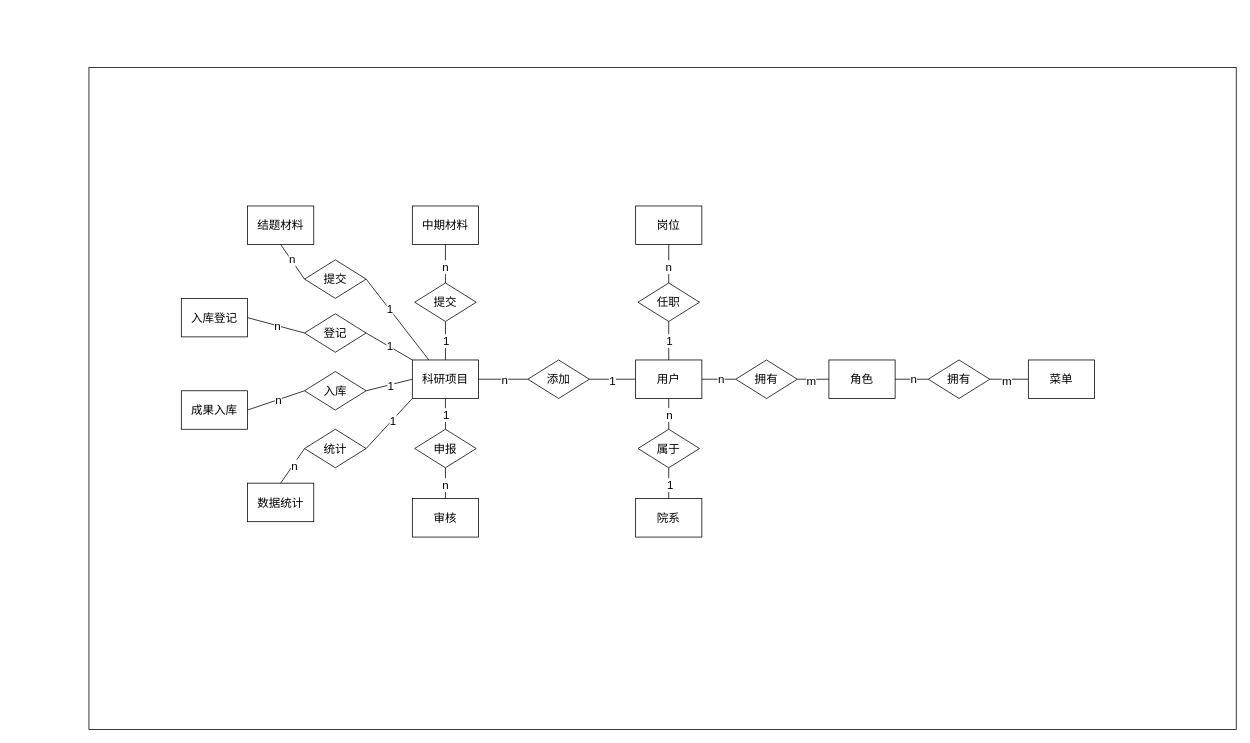
The draw.io diagram 未命名绘图.drawio in Greenker/springcloud-config, before the edit. Source tidied: cells renumbered, new cells numbered last; positions are measured from the earlier drawing's top-left corner, leaving out a move shared by most shapes. Both pictures are drawn from the tidied source at 77%, with x=0, y=0 at pixel (89, 67).
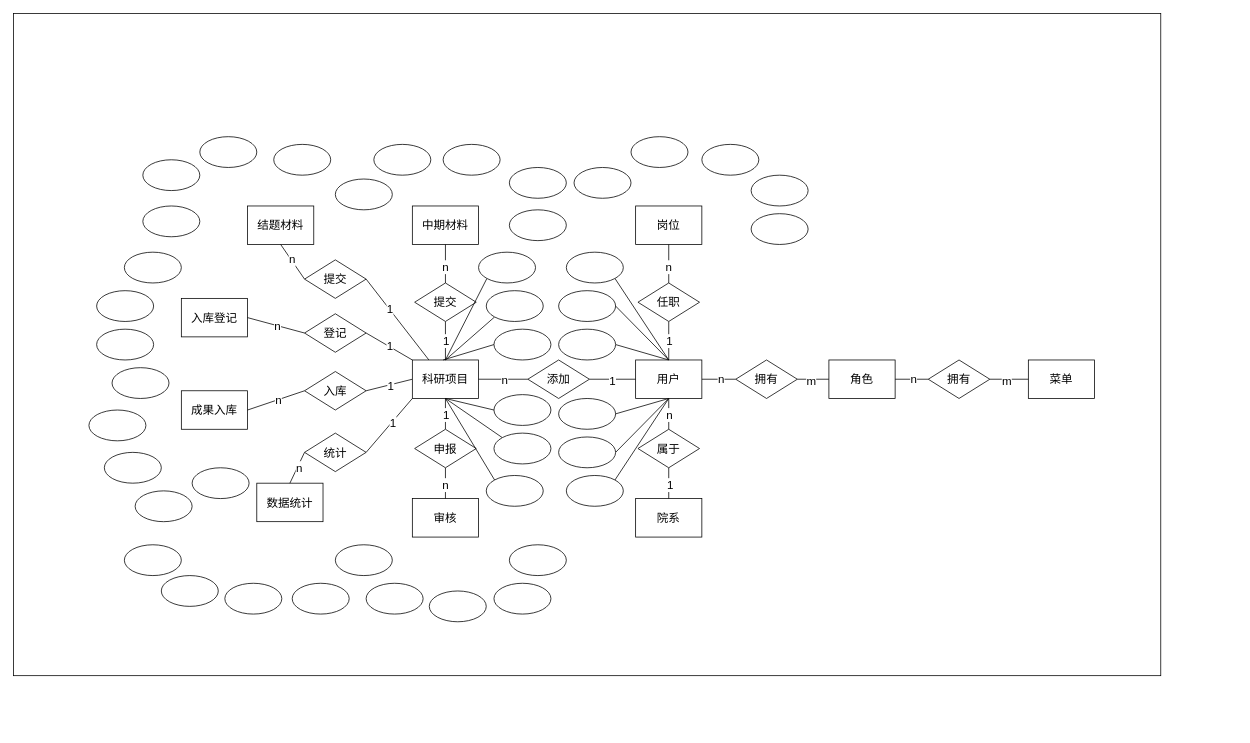
After the change.

Commit message:
更新未命名绘图.drawio

Unchanged cells that the change refers to:
```xml
<mxCell id="9" value="&lt;font style=&quot;font-size: 15px;&quot;&gt;用户&lt;/font&gt;" style="rounded=0;whiteSpace=wrap;html=1;" parent="1" vertex="1">
  <mxGeometry x="710" y="380" width="86" height="50" as="geometry" />
</mxCell>
<mxCell id="25" value="&lt;span style=&quot;font-size: 15px; font-weight: normal;&quot;&gt;科研项目&lt;/span&gt;" style="rounded=0;whiteSpace=wrap;html=1;fontStyle=1;" parent="1" vertex="1">
  <mxGeometry x="420" y="380" width="86" height="50" as="geometry" />
</mxCell>
```

What changed in the source:
```diff
@@
     <mxCell id="2" style="rounded=0;whiteSpace=wrap;html=1;" parent="1" vertex="1">
-      <mxGeometry width="1490" height="860" as="geometry" />
+      <mxGeometry x="-98" y="-70" width="1490" height="860" as="geometry" />
     </mxCell>
@@
     <mxCell id="28" value="&lt;font style=&quot;font-size: 15px;&quot;&gt;数据统计&lt;/font&gt;" style="rounded=0;whiteSpace=wrap;html=1;" parent="1" vertex="1">
-      <mxGeometry x="206" y="540" width="86" height="50" as="geometry" />
+      <mxGeometry x="218" y="540" width="86" height="50" as="geometry" />
     </mxCell>
@@
     <mxCell id="69" value="&lt;span style=&quot;font-size: 15px;&quot;&gt;统计&lt;/span&gt;" style="rhombus;whiteSpace=wrap;html=1;" parent="1" vertex="1">
-      <mxGeometry x="280" y="470" width="80" height="50" as="geometry" />
+      <mxGeometry x="280" y="475" width="80" height="50" as="geometry" />
     </mxCell>
+    <mxCell id="70" style="rounded=0;jettySize=auto;html=1;exitX=0;exitY=1;exitDx=0;exitDy=0;endArrow=none;endFill=0;entryX=0.5;entryY=0;entryDx=0;entryDy=0;" parent="1" edge="1" source="71" target="25">
+      <mxGeometry relative="1" as="geometry" />
+    </mxCell>
+    <mxCell id="71" style="ellipse;whiteSpace=wrap;html=1;" parent="1" vertex="1">
+      <mxGeometry x="506" y="240" width="74" height="40" as="geometry" />
+    </mxCell>
+    <mxCell id="72" style="rounded=0;jettySize=auto;html=1;exitX=0;exitY=1;exitDx=0;exitDy=0;entryX=0.5;entryY=0;entryDx=0;entryDy=0;endArrow=none;endFill=0;" parent="1" edge="1" source="73" target="25">
+      <mxGeometry relative="1" as="geometry" />
+    </mxCell>
+    <mxCell id="73" style="ellipse;whiteSpace=wrap;html=1;" parent="1" vertex="1">
+      <mxGeometry x="516" y="290" width="74" height="40" as="geometry" />
+    </mxCell>
+    <mxCell id="74" style="rounded=0;jettySize=auto;html=1;exitX=0;exitY=0.5;exitDx=0;exitDy=0;endArrow=none;endFill=0;" parent="1" edge="1" source="75">
+      <mxGeometry relative="1" as="geometry">
+        <mxPoint x="460" y="380" as="targetPoint" />
+      </mxGeometry>
+    </mxCell>
+    <mxCell id="75" style="ellipse;whiteSpace=wrap;html=1;" parent="1" vertex="1">
+      <mxGeometry x="526" y="340" width="74" height="40" as="geometry" />
+    </mxCell>
+    <mxCell id="76" style="rounded=0;jettySize=auto;html=1;exitX=0;exitY=0.5;exitDx=0;exitDy=0;entryX=0.5;entryY=1;entryDx=0;entryDy=0;endArrow=none;endFill=0;" parent="1" edge="1" source="77" target="25">
+      <mxGeometry relative="1" as="geometry" />
+    </mxCell>
+    <mxCell id="77" style="ellipse;whiteSpace=wrap;html=1;" parent="1" vertex="1">
+      <mxGeometry x="526" y="425" width="74" height="40" as="geometry" />
+    </mxCell>
+    <mxCell id="78" style="rounded=0;jettySize=auto;html=1;exitX=0;exitY=0;exitDx=0;exitDy=0;entryX=0.5;entryY=1;entryDx=0;entryDy=0;endArrow=none;endFill=0;" parent="1" edge="1" source="79" target="25">
+      <mxGeometry relative="1" as="geometry" />
+    </mxCell>
+    <mxCell id="79" style="ellipse;whiteSpace=wrap;html=1;" parent="1" vertex="1">
+      <mxGeometry x="526" y="475" width="74" height="40" as="geometry" />
+    </mxCell>
+    <mxCell id="80" style="rounded=0;jettySize=auto;html=1;exitX=0;exitY=0;exitDx=0;exitDy=0;entryX=0.5;entryY=1;entryDx=0;entryDy=0;endArrow=none;endFill=0;" parent="1" edge="1" source="81" target="25">
+      <mxGeometry relative="1" as="geometry" />
+    </mxCell>
+    <mxCell id="81" style="ellipse;whiteSpace=wrap;html=1;" parent="1" vertex="1">
+      <mxGeometry x="516" y="530" width="74" height="40" as="geometry" />
+    </mxCell>
+    <mxCell id="82" style="rounded=0;jettySize=auto;html=1;exitX=1;exitY=0.5;exitDx=0;exitDy=0;entryX=0.5;entryY=0;entryDx=0;entryDy=0;endArrow=none;endFill=0;" parent="1" edge="1" source="83" target="9">
+      <mxGeometry relative="1" as="geometry" />
+    </mxCell>
+    <mxCell id="83" style="ellipse;whiteSpace=wrap;html=1;" parent="1" vertex="1">
+      <mxGeometry x="610" y="340" width="74" height="40" as="geometry" />
+    </mxCell>
+    <mxCell id="84" style="rounded=0;jettySize=auto;html=1;exitX=1;exitY=0.5;exitDx=0;exitDy=0;entryX=0.5;entryY=0;entryDx=0;entryDy=0;endArrow=none;endFill=0;" parent="1" edge="1" source="85" target="9">
+      <mxGeometry relative="1" as="geometry" />
+    </mxCell>
+    <mxCell id="85" style="ellipse;whiteSpace=wrap;html=1;" parent="1" vertex="1">
+      <mxGeometry x="610" y="290" width="74" height="40" as="geometry" />
+    </mxCell>
+    <mxCell id="86" style="rounded=0;jettySize=auto;html=1;exitX=1;exitY=1;exitDx=0;exitDy=0;entryX=0.5;entryY=0;entryDx=0;entryDy=0;endArrow=none;endFill=0;" parent="1" edge="1" source="87" target="9">
+      <mxGeometry relative="1" as="geometry" />
+    </mxCell>
+    <mxCell id="87" style="ellipse;whiteSpace=wrap;html=1;" parent="1" vertex="1">
+      <mxGeometry x="620" y="240" width="74" height="40" as="geometry" />
+    </mxCell>
+    <mxCell id="88" style="rounded=0;jettySize=auto;html=1;exitX=1;exitY=0.5;exitDx=0;exitDy=0;entryX=0.5;entryY=1;entryDx=0;entryDy=0;endArrow=none;endFill=0;" parent="1" edge="1" source="89" target="9">
+      <mxGeometry relative="1" as="geometry" />
+    </mxCell>
+    <mxCell id="89" style="ellipse;whiteSpace=wrap;html=1;" parent="1" vertex="1">
+      <mxGeometry x="610" y="430" width="74" height="40" as="geometry" />
+    </mxCell>
+    <mxCell id="90" style="rounded=0;jettySize=auto;html=1;exitX=1;exitY=0.5;exitDx=0;exitDy=0;entryX=0.5;entryY=1;entryDx=0;entryDy=0;endArrow=none;endFill=0;" parent="1" edge="1" source="91" target="9">
+      <mxGeometry relative="1" as="geometry" />
+    </mxCell>
+    <mxCell id="91" style="ellipse;whiteSpace=wrap;html=1;" parent="1" vertex="1">
+      <mxGeometry x="610" y="480" width="74" height="40" as="geometry" />
+    </mxCell>
+    <mxCell id="92" style="rounded=0;jettySize=auto;html=1;exitX=1;exitY=0;exitDx=0;exitDy=0;entryX=0.5;entryY=1;entryDx=0;entryDy=0;endArrow=none;endFill=0;" parent="1" edge="1" source="93" target="9">
+      <mxGeometry relative="1" as="geometry" />
+    </mxCell>
+    <mxCell id="93" style="ellipse;whiteSpace=wrap;html=1;" parent="1" vertex="1">
+      <mxGeometry x="620" y="530" width="74" height="40" as="geometry" />
+    </mxCell>
+    <mxCell id="94" style="ellipse;whiteSpace=wrap;html=1;" parent="1" vertex="1">
+      <mxGeometry x="630" y="130" width="74" height="40" as="geometry" />
+    </mxCell>
+    <mxCell id="95" style="ellipse;whiteSpace=wrap;html=1;" parent="1" vertex="1">
+      <mxGeometry x="704" y="90" width="74" height="40" as="geometry" />
+    </mxCell>
+    <mxCell id="96" style="ellipse;whiteSpace=wrap;html=1;" parent="1" vertex="1">
+      <mxGeometry x="796" y="100" width="74" height="40" as="geometry" />
+    </mxCell>
+    <mxCell id="97" style="ellipse;whiteSpace=wrap;html=1;" parent="1" vertex="1">
+      <mxGeometry x="860" y="140" width="74" height="40" as="geometry" />
+    </mxCell>
+    <mxCell id="98" style="ellipse;whiteSpace=wrap;html=1;" parent="1" vertex="1">
+      <mxGeometry x="860" y="190" width="74" height="40" as="geometry" />
+    </mxCell>
+    <mxCell id="99" style="ellipse;whiteSpace=wrap;html=1;" parent="1" vertex="1">
+      <mxGeometry x="460" y="100" width="74" height="40" as="geometry" />
+    </mxCell>
+    <mxCell id="100" style="ellipse;whiteSpace=wrap;html=1;" parent="1" vertex="1">
+      <mxGeometry x="370" y="100" width="74" height="40" as="geometry" />
+    </mxCell>
+    <mxCell id="101" style="ellipse;whiteSpace=wrap;html=1;" parent="1" vertex="1">
+      <mxGeometry x="546" y="130" width="74" height="40" as="geometry" />
+    </mxCell>
+    <mxCell id="102" style="ellipse;whiteSpace=wrap;html=1;" parent="1" vertex="1">
+      <mxGeometry x="320" y="145" width="74" height="40" as="geometry" />
+    </mxCell>
+    <mxCell id="103" style="ellipse;whiteSpace=wrap;html=1;" parent="1" vertex="1">
+      <mxGeometry x="546" y="185" width="74" height="40" as="geometry" />
+    </mxCell>
+    <mxCell id="104" style="ellipse;whiteSpace=wrap;html=1;" parent="1" vertex="1">
+      <mxGeometry x="70" y="180" width="74" height="40" as="geometry" />
+    </mxCell>
+    <mxCell id="105" style="ellipse;whiteSpace=wrap;html=1;" parent="1" vertex="1">
+      <mxGeometry x="240" y="100" width="74" height="40" as="geometry" />
+    </mxCell>
+    <mxCell id="106" style="ellipse;whiteSpace=wrap;html=1;" parent="1" vertex="1">
+      <mxGeometry x="144" y="90" width="74" height="40" as="geometry" />
+    </mxCell>
+    <mxCell id="107" style="ellipse;whiteSpace=wrap;html=1;" parent="1" vertex="1">
+      <mxGeometry x="70" y="120" width="74" height="40" as="geometry" />
+    </mxCell>
+    <mxCell id="108" style="ellipse;whiteSpace=wrap;html=1;" parent="1" vertex="1">
+      <mxGeometry y="445" width="74" height="40" as="geometry" />
+    </mxCell>
+    <mxCell id="109" style="ellipse;whiteSpace=wrap;html=1;" parent="1" vertex="1">
+      <mxGeometry x="30" y="390" width="74" height="40" as="geometry" />
+    </mxCell>
+    <mxCell id="110" style="ellipse;whiteSpace=wrap;html=1;" parent="1" vertex="1">
+      <mxGeometry x="10" y="340" width="74" height="40" as="geometry" />
+    </mxCell>
+    <mxCell id="111" style="ellipse;whiteSpace=wrap;html=1;" parent="1" vertex="1">
+      <mxGeometry x="10" y="290" width="74" height="40" as="geometry" />
+    </mxCell>
+    <mxCell id="112" style="ellipse;whiteSpace=wrap;html=1;" parent="1" vertex="1">
+      <mxGeometry x="46" y="240" width="74" height="40" as="geometry" />
+    </mxCell>
+    <mxCell id="113" style="ellipse;whiteSpace=wrap;html=1;" parent="1" vertex="1">
+      <mxGeometry x="20" y="500" width="74" height="40" as="geometry" />
+    </mxCell>
+    <mxCell id="114" style="ellipse;whiteSpace=wrap;html=1;" parent="1" vertex="1">
+      <mxGeometry x="176.5" y="670" width="74" height="40" as="geometry" />
+    </mxCell>
+    <mxCell id="115" style="ellipse;whiteSpace=wrap;html=1;" parent="1" vertex="1">
+      <mxGeometry x="46" y="620" width="74" height="40" as="geometry" />
+    </mxCell>
+    <mxCell id="116" style="ellipse;whiteSpace=wrap;html=1;" parent="1" vertex="1">
+      <mxGeometry x="134" y="520" width="74" height="40" as="geometry" />
+    </mxCell>
+    <mxCell id="117" style="ellipse;whiteSpace=wrap;html=1;" parent="1" vertex="1">
+      <mxGeometry x="60" y="550" width="74" height="40" as="geometry" />
+    </mxCell>
+    <mxCell id="118" style="ellipse;whiteSpace=wrap;html=1;" parent="1" vertex="1">
+      <mxGeometry x="94" y="660" width="74" height="40" as="geometry" />
+    </mxCell>
+    <mxCell id="119" style="ellipse;whiteSpace=wrap;html=1;" parent="1" vertex="1">
+      <mxGeometry x="264" y="670" width="74" height="40" as="geometry" />
+    </mxCell>
+    <mxCell id="120" style="ellipse;whiteSpace=wrap;html=1;" parent="1" vertex="1">
+      <mxGeometry x="320" y="620" width="74" height="40" as="geometry" />
+    </mxCell>
+    <mxCell id="121" style="ellipse;whiteSpace=wrap;html=1;" parent="1" vertex="1">
+      <mxGeometry x="526" y="670" width="74" height="40" as="geometry" />
+    </mxCell>
+    <mxCell id="122" style="ellipse;whiteSpace=wrap;html=1;" parent="1" vertex="1">
+      <mxGeometry x="442" y="680" width="74" height="40" as="geometry" />
+    </mxCell>
+    <mxCell id="123" style="ellipse;whiteSpace=wrap;html=1;" parent="1" vertex="1">
+      <mxGeometry x="360" y="670" width="74" height="40" as="geometry" />
+    </mxCell>
+    <mxCell id="124" style="ellipse;whiteSpace=wrap;html=1;" parent="1" vertex="1">
+      <mxGeometry x="546" y="620" width="74" height="40" as="geometry" />
+    </mxCell>
```
